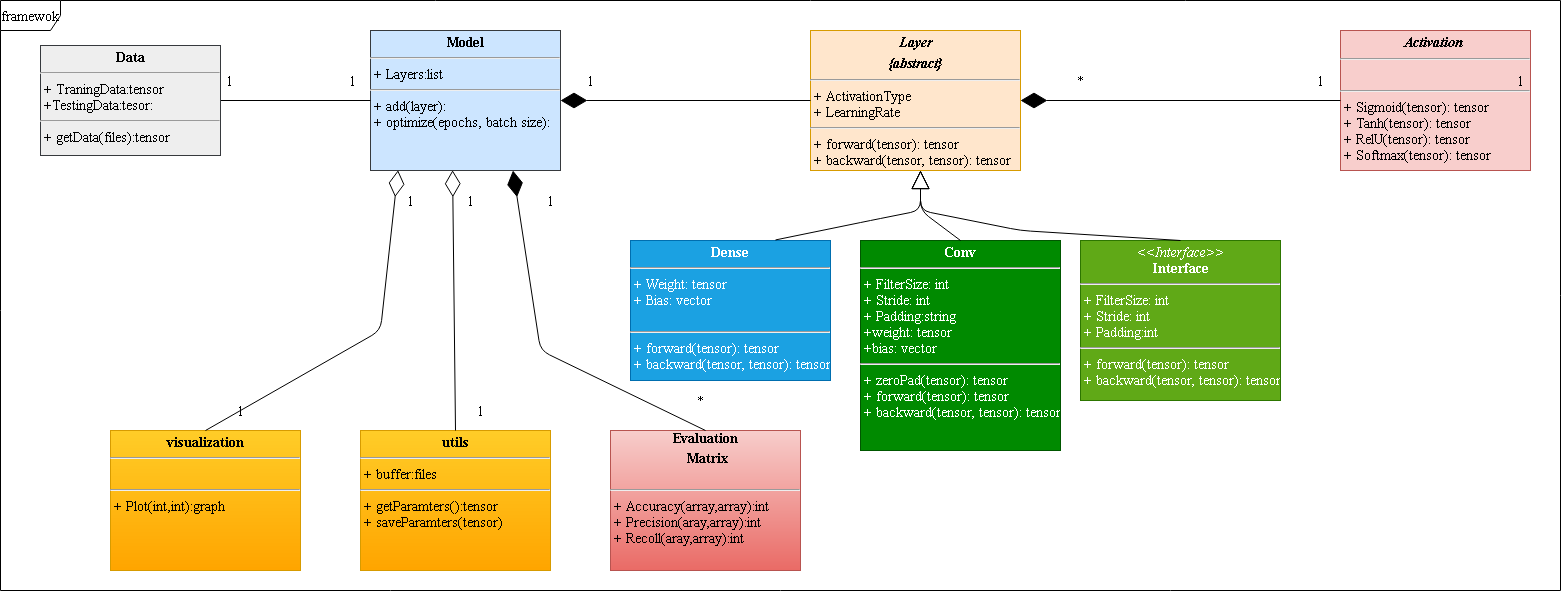
The draw.io diagram Images/class.png in MahmoudOsama97/DL-Framework-Project, before a commit. Source tidied: cells renumbered, new cells last; positions are measured from the earlier drawing's top-left corner, leaving out a move shared by most shapes.
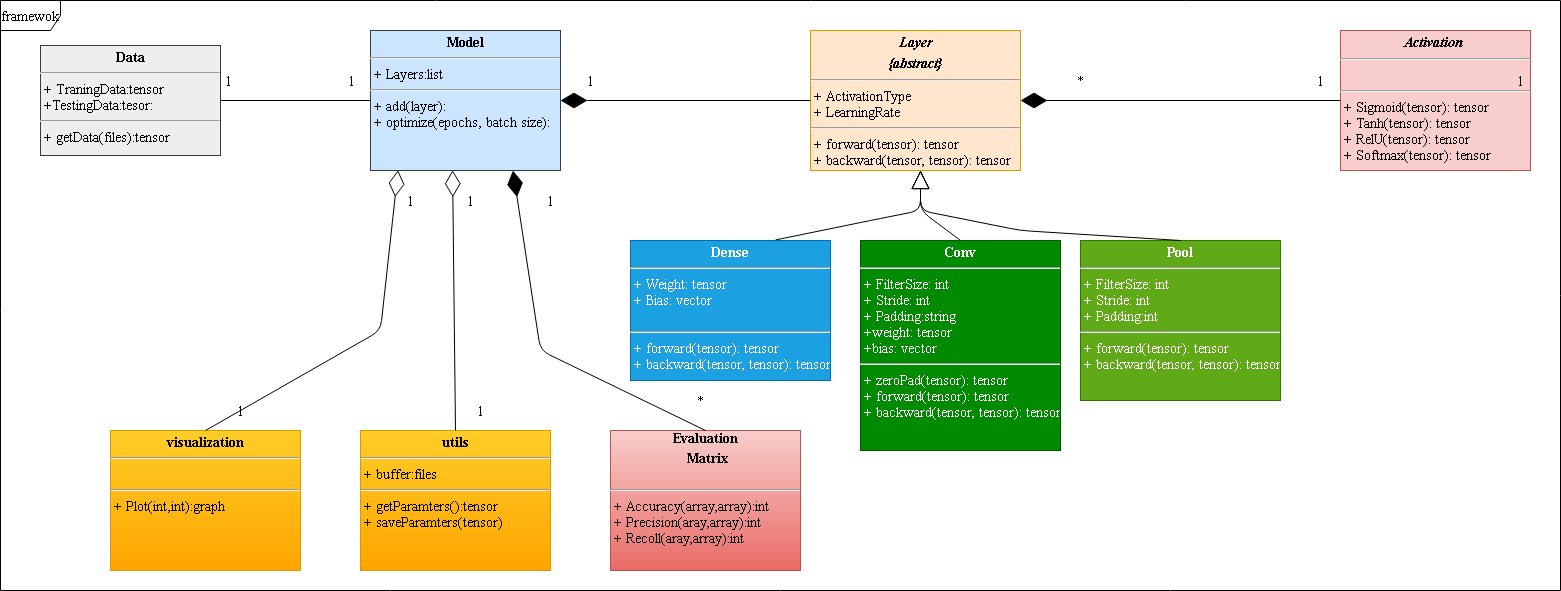
Above is the later version.

Change to the diagram source:
```diff
@@ -14,7 +14,7 @@
     <mxCell id="5" value="&lt;p style=&quot;margin: 4px 0px 0px; text-align: center; font-size: 14px;&quot;&gt;&lt;b style=&quot;font-size: 14px;&quot;&gt;&lt;i style=&quot;font-size: 14px;&quot;&gt;Layer&lt;/i&gt;&lt;/b&gt;&lt;/p&gt;&lt;p style=&quot;margin: 4px 0px 0px; text-align: center; font-size: 14px;&quot;&gt;&lt;b style=&quot;font-size: 14px;&quot;&gt;&lt;i style=&quot;font-size: 14px;&quot;&gt;{abstract}&lt;/i&gt;&lt;/b&gt;&lt;/p&gt;&lt;hr style=&quot;font-size: 14px;&quot;&gt;&lt;p style=&quot;margin: 0px 0px 0px 4px; font-size: 14px;&quot;&gt;+ ActivationType&lt;/p&gt;&lt;p style=&quot;margin: 0px 0px 0px 4px; font-size: 14px;&quot;&gt;+ LearningRate&amp;nbsp;&lt;/p&gt;&lt;hr style=&quot;font-size: 14px;&quot;&gt;&lt;p style=&quot;margin: 0px 0px 0px 4px; font-size: 14px;&quot;&gt;+ forward(tensor): tensor&lt;br style=&quot;font-size: 14px;&quot;&gt;+ backward(tensor, tensor): tensor&lt;/p&gt;" style="verticalAlign=top;align=left;overflow=fill;fontSize=14;fontFamily=Times New Roman;html=1;rounded=0;shadow=0;comic=0;labelBackgroundColor=none;strokeWidth=1;fillColor=#ffe6cc;strokeColor=#d79b00;" parent="1" vertex="1">
       <mxGeometry x="810" y="30" width="210" height="140" as="geometry" />
     </mxCell>
-    <mxCell id="6" value="&lt;p style=&quot;margin: 4px 0px 0px; text-align: center; font-size: 14px;&quot;&gt;&lt;i style=&quot;font-size: 14px;&quot;&gt;&amp;lt;&amp;lt;Interface&amp;gt;&amp;gt;&lt;/i&gt;&lt;br style=&quot;font-size: 14px;&quot;&gt;&lt;b style=&quot;font-size: 14px;&quot;&gt;Interface&lt;/b&gt;&lt;/p&gt;&lt;hr style=&quot;font-size: 14px;&quot;&gt;&lt;p style=&quot;margin: 0px 0px 0px 4px; font-size: 14px;&quot;&gt;+ FilterSize: int&lt;br style=&quot;font-size: 14px;&quot;&gt;+ Stride: int&lt;/p&gt;&lt;p style=&quot;margin: 0px 0px 0px 4px; font-size: 14px;&quot;&gt;+ Padding:int&lt;/p&gt;&lt;hr style=&quot;font-size: 14px;&quot;&gt;&lt;p style=&quot;margin: 0px 0px 0px 4px; font-size: 14px;&quot;&gt;+ forward(tensor): tensor&lt;br style=&quot;font-size: 14px;&quot;&gt;&lt;/p&gt;&lt;p style=&quot;margin: 0px 0px 0px 4px; font-size: 14px;&quot;&gt;+ backward(tensor, tensor): tensor&lt;br style=&quot;font-size: 14px;&quot;&gt;&lt;/p&gt;" style="verticalAlign=top;align=left;overflow=fill;fontSize=14;fontFamily=Times New Roman;html=1;rounded=0;shadow=0;comic=0;labelBackgroundColor=none;strokeWidth=1;fillColor=#60a917;strokeColor=#2D7600;fontColor=#ffffff;" parent="1" vertex="1">
+    <mxCell id="6" value="&lt;p style=&quot;margin: 4px 0px 0px ; text-align: center ; font-size: 14px&quot;&gt;&lt;b&gt;Pool&lt;/b&gt;&lt;/p&gt;&lt;hr style=&quot;font-size: 14px&quot;&gt;&lt;p style=&quot;margin: 0px 0px 0px 4px ; font-size: 14px&quot;&gt;+ FilterSize: int&lt;br style=&quot;font-size: 14px&quot;&gt;+ Stride: int&lt;/p&gt;&lt;p style=&quot;margin: 0px 0px 0px 4px ; font-size: 14px&quot;&gt;+ Padding:int&lt;/p&gt;&lt;hr style=&quot;font-size: 14px&quot;&gt;&lt;p style=&quot;margin: 0px 0px 0px 4px ; font-size: 14px&quot;&gt;+ forward(tensor): tensor&lt;br style=&quot;font-size: 14px&quot;&gt;&lt;/p&gt;&lt;p style=&quot;margin: 0px 0px 0px 4px ; font-size: 14px&quot;&gt;+ backward(tensor, tensor): tensor&lt;br style=&quot;font-size: 14px&quot;&gt;&lt;/p&gt;" style="verticalAlign=top;align=left;overflow=fill;fontSize=14;fontFamily=Times New Roman;html=1;rounded=0;shadow=0;comic=0;labelBackgroundColor=none;strokeWidth=1;fillColor=#60a917;strokeColor=#2D7600;fontColor=#ffffff;" parent="1" vertex="1">
       <mxGeometry x="1080" y="240" width="200" height="160" as="geometry" />
     </mxCell>
     <mxCell id="7" style="endArrow=block;endSize=16;endFill=0;html=1;exitX=0.5;exitY=0;exitDx=0;exitDy=0;fontFamily=Times New Roman;fontSize=14;" parent="1" edge="1" source="3">
```
